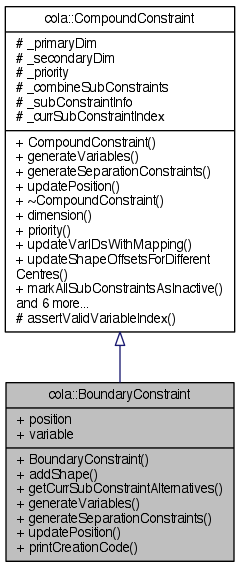
mjwybrow/adaptagrams keeps this Graphviz diagram as documentation/classcola_1_1BoundaryConstraint__inherit__graph.png. Above is the earlier version. Its source is kept beside it as documentation/classcola_1_1BoundaryConstraint__inherit__graph.dot. Source of this version:
```dot
digraph "cola::BoundaryConstraint"
{
  edge [fontname="Helvetica",fontsize="10",labelfontname="Helvetica",labelfontsize="10"];
  node [fontname="Helvetica",fontsize="10",shape=record];
  Node1 [label="{cola::BoundaryConstraint\n|+ position\l+ variable\l|+ BoundaryConstraint()\l+ addShape()\l+ getCurrSubConstraintAlternatives()\l+ generateVariables()\l+ generateSeparationConstraints()\l+ updatePosition()\l+ printCreationCode()\l}",height=0.2,width=0.4,color="black", fillcolor="grey75", style="filled" fontcolor="black"];
  Node2 -> Node1 [dir="back",color="midnightblue",fontsize="10",style="solid",arrowtail="onormal",fontname="Helvetica"];
  Node2 [label="{cola::CompoundConstraint\n|# _primaryDim\l# _secondaryDim\l# _priority\l# _combineSubConstraints\l# _subConstraintInfo\l# _currSubConstraintIndex\l|+ CompoundConstraint()\l+ generateVariables()\l+ generateSeparationConstraints()\l+ updatePosition()\l+ ~CompoundConstraint()\l+ dimension()\l+ priority()\l+ updateVarIDsWithMapping()\l+ updateShapeOffsetsForDifferent\lCentres()\l+ markAllSubConstraintsAsInactive()\land 6 more...\l# assertValidVariableIndex()\l}",height=0.2,width=0.4,color="black", fillcolor="white", style="filled",URL="$classcola_1_1CompoundConstraint.html",tooltip="An abstract base class for all high-level compound constraints."];
}
```
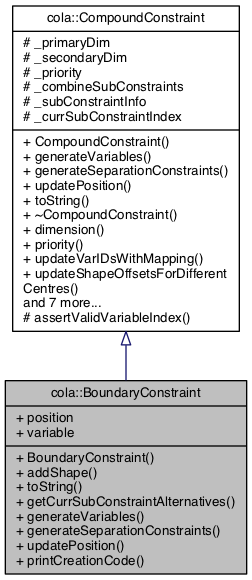
Above is the later version.

What changed in the source:
```diff
@@ -2,7 +2,7 @@
 {
   edge [fontname="Helvetica",fontsize="10",labelfontname="Helvetica",labelfontsize="10"];
   node [fontname="Helvetica",fontsize="10",shape=record];
-  Node1 [label="{cola::BoundaryConstraint\n|+ position\l+ variable\l|+ BoundaryConstraint()\l+ addShape()\l+ getCurrSubConstraintAlternatives()\l+ generateVariables()\l+ generateSeparationConstraints()\l+ updatePosition()\l+ printCreationCode()\l}",height=0.2,width=0.4,color="black", fillcolor="grey75", style="filled" fontcolor="black"];
+  Node1 [label="{cola::BoundaryConstraint\n|+ position\l+ variable\l|+ BoundaryConstraint()\l+ addShape()\l+ toString()\l+ getCurrSubConstraintAlternatives()\l+ generateVariables()\l+ generateSeparationConstraints()\l+ updatePosition()\l+ printCreationCode()\l}",height=0.2,width=0.4,color="black", fillcolor="grey75", style="filled", fontcolor="black"];
   Node2 -> Node1 [dir="back",color="midnightblue",fontsize="10",style="solid",arrowtail="onormal",fontname="Helvetica"];
-  Node2 [label="{cola::CompoundConstraint\n|# _primaryDim\l# _secondaryDim\l# _priority\l# _combineSubConstraints\l# _subConstraintInfo\l# _currSubConstraintIndex\l|+ CompoundConstraint()\l+ generateVariables()\l+ generateSeparationConstraints()\l+ updatePosition()\l+ ~CompoundConstraint()\l+ dimension()\l+ priority()\l+ updateVarIDsWithMapping()\l+ updateShapeOffsetsForDifferent\lCentres()\l+ markAllSubConstraintsAsInactive()\land 6 more...\l# assertValidVariableIndex()\l}",height=0.2,width=0.4,color="black", fillcolor="white", style="filled",URL="$classcola_1_1CompoundConstraint.html",tooltip="An abstract base class for all high-level compound constraints."];
+  Node2 [label="{cola::CompoundConstraint\n|# _primaryDim\l# _secondaryDim\l# _priority\l# _combineSubConstraints\l# _subConstraintInfo\l# _currSubConstraintIndex\l|+ CompoundConstraint()\l+ generateVariables()\l+ generateSeparationConstraints()\l+ updatePosition()\l+ toString()\l+ ~CompoundConstraint()\l+ dimension()\l+ priority()\l+ updateVarIDsWithMapping()\l+ updateShapeOffsetsForDifferent\lCentres()\land 7 more...\l# assertValidVariableIndex()\l}",height=0.2,width=0.4,color="black", fillcolor="white", style="filled",URL="$classcola_1_1CompoundConstraint.html",tooltip="An abstract base class for all high-level compound constraints. "];
 }
```
